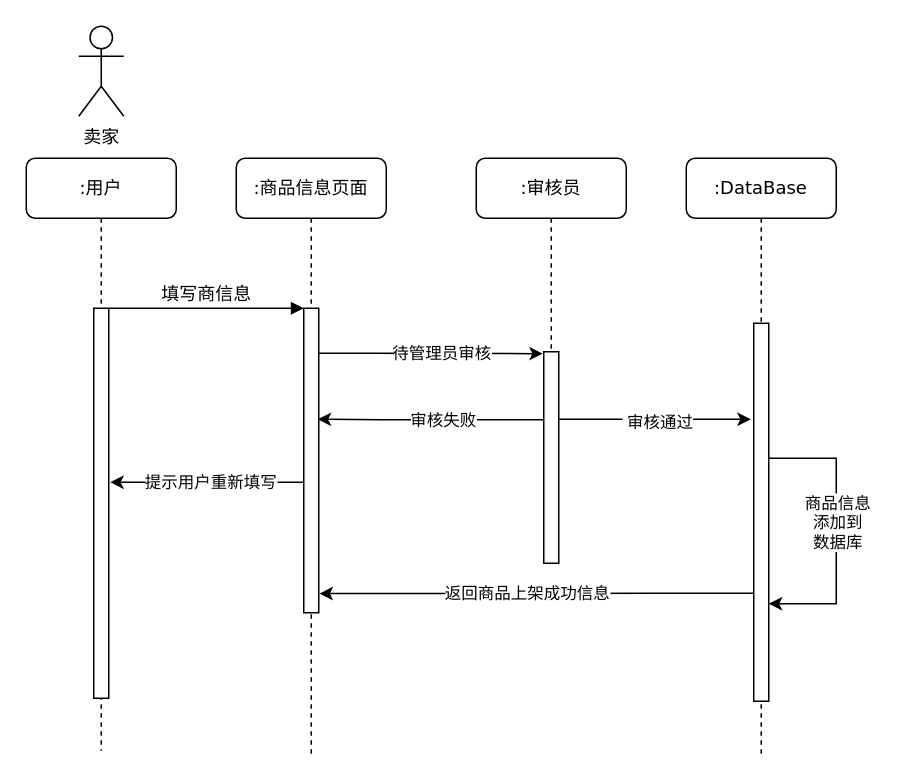
This is 商品修改顺序图.drawio from 200928/image, a draw.io file, before an edit. Source tidied: cells renumbered, new cells numbered last; positions are measured from the earlier drawing's top-left corner, leaving out a move shared by most shapes. Both pictures are drawn from the tidied source at 150%, with x=0, y=0 at pixel (26, 26).
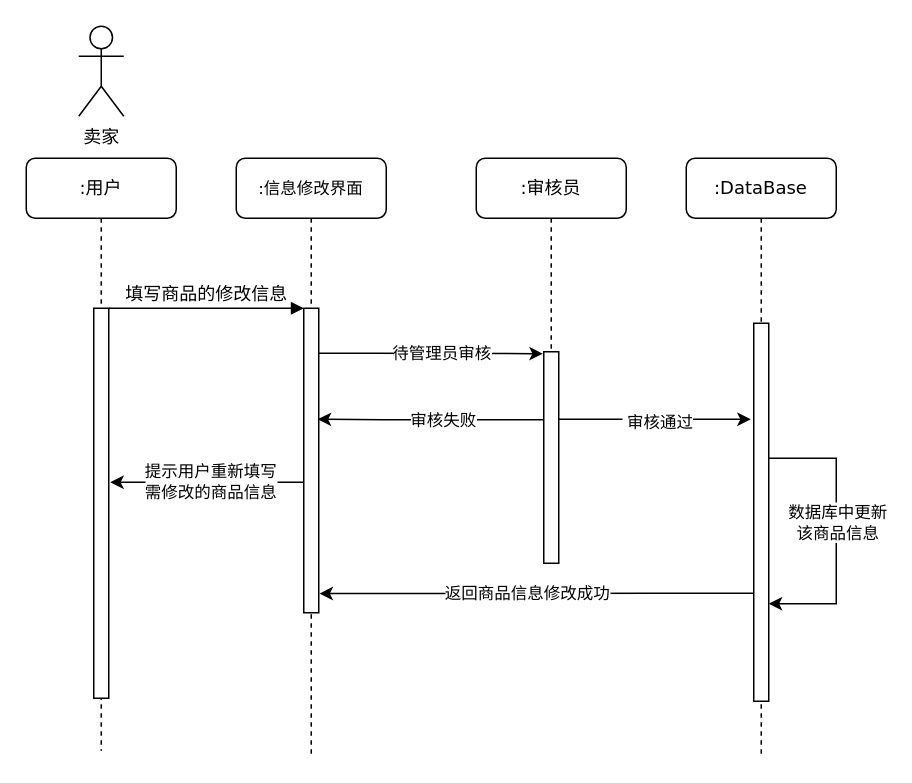
After the change.

Commit message (it also covers changes not shown here):
更新商品修改顺序图.drawio

Unchanged cells that the change refers to:
```xml
<mxCell id="3" style="html=1;points=[];perimeter=orthogonalPerimeter;rounded=0;shadow=0;comic=0;labelBackgroundColor=none;strokeWidth=1;fontFamily=Verdana;fontSize=12;align=center;" parent="2" vertex="1">
  <mxGeometry x="45" y="100" width="10" height="203" as="geometry" />
</mxCell>
<mxCell id="8" style="edgeStyle=orthogonalEdgeStyle;rounded=0;jettySize=auto;html=1;" parent="6" edge="1" source="7">
  <mxGeometry relative="1" as="geometry">
    <mxPoint x="55" y="297" as="targetPoint" />
    <Array as="points">
      <mxPoint x="100" y="200" />
      <mxPoint x="100" y="297" />
      <mxPoint x="55" y="297" />
    </Array>
  </mxGeometry>
</mxCell>
<mxCell id="11" style="html=1;points=[];perimeter=orthogonalPerimeter;rounded=0;shadow=0;comic=0;labelBackgroundColor=none;strokeWidth=1;fontFamily=Verdana;fontSize=12;align=center;" parent="10" vertex="1">
  <mxGeometry x="45" y="100" width="10" height="260" as="geometry" />
</mxCell>
<mxCell id="20" style="edgeStyle=orthogonalEdgeStyle;rounded=0;jettySize=auto;html=1;" parent="1" edge="1" source="3">
  <mxGeometry relative="1" as="geometry">
    <mxPoint x="56" y="304" as="targetPoint" />
    <Array as="points">
      <mxPoint x="148" y="304" />
      <mxPoint x="148" y="304" />
    </Array>
  </mxGeometry>
</mxCell>
<mxCell id="22" style="edgeStyle=orthogonalEdgeStyle;rounded=0;jettySize=auto;html=1;entryX=1.045;entryY=0.937;entryDx=0;entryDy=0;entryPerimeter=0;" parent="1" edge="1" source="7" target="3">
  <mxGeometry relative="1" as="geometry">
    <Array as="points">
      <mxPoint x="416" y="378" />
      <mxPoint x="416" y="378" />
    </Array>
  </mxGeometry>
</mxCell>
```

The edit, as a diff of the source:
```diff
@@
-    <mxCell id="2" value=":商品信息页面" style="shape=umlLifeline;perimeter=lifelinePerimeter;whiteSpace=wrap;html=1;rounded=1;shadow=0;comic=0;labelBackgroundColor=none;strokeWidth=1;fontFamily=Verdana;fontSize=12;align=center;" parent="1" vertex="1">
+    <mxCell id="2" value="&lt;font style=&quot;font-size: 11px ; line-height: 1.2&quot;&gt;:信息修改界面&lt;/font&gt;" style="shape=umlLifeline;perimeter=lifelinePerimeter;whiteSpace=wrap;html=1;rounded=1;shadow=0;comic=0;labelBackgroundColor=none;strokeWidth=1;fontFamily=Verdana;fontSize=12;align=center;" parent="1" vertex="1">
       <mxGeometry x="140" y="88" width="100" height="399" as="geometry" />
     </mxCell>
@@
-    <mxCell id="9" value="商品信息&lt;br&gt;添加到&lt;br&gt;数据库" style="edgeLabel;html=1;align=center;verticalAlign=middle;" parent="8" vertex="1">
+    <mxCell id="9" value="数据库中更新&lt;br&gt;该商品信息" style="edgeLabel;html=1;align=center;verticalAlign=middle;" parent="8" vertex="1">
       <mxGeometry x="-0.2" y="3" relative="1" as="geometry">
         <mxPoint x="-3" y="12" as="offset" />
       </mxGeometry>
     </mxCell>
@@
-    <mxCell id="12" value="填写商信息" style="html=1;verticalAlign=bottom;endArrow=block;entryX=0;entryY=0;labelBackgroundColor=none;fontFamily=Verdana;fontSize=12;edgeStyle=elbowEdgeStyle;elbow=vertical;" parent="1" edge="1" source="11" target="3">
+    <mxCell id="12" value="填写商品的修改信息" style="html=1;verticalAlign=bottom;endArrow=block;entryX=0;entryY=0;labelBackgroundColor=none;fontFamily=Verdana;fontSize=12;edgeStyle=elbowEdgeStyle;elbow=vertical;" parent="1" edge="1" source="11" target="3">
       <mxGeometry relative="1" as="geometry" />
     </mxCell>
@@
-    <mxCell id="21" value="提示用户重新填写" style="edgeLabel;html=1;align=center;verticalAlign=middle;" parent="20" vertex="1">
+    <mxCell id="21" value="提示用户重新填写&lt;br&gt;需修改的商品信息" style="edgeLabel;html=1;align=center;verticalAlign=middle;" parent="20" vertex="1">
       <mxGeometry x="0.13" y="1" relative="1" as="geometry">
         <mxPoint x="10" y="-2" as="offset" />
       </mxGeometry>
     </mxCell>
@@
-    <mxCell id="23" value="返回商品上架成功信息" style="edgeLabel;html=1;align=center;verticalAlign=middle;" parent="22" vertex="1">
+    <mxCell id="23" value="返回商品信息修改成功" style="edgeLabel;html=1;align=center;verticalAlign=middle;" parent="22" vertex="1">
       <mxGeometry x="0.16" y="2" relative="1" as="geometry">
         <mxPoint x="16" y="-3" as="offset" />
       </mxGeometry>
     </mxCell>
```
